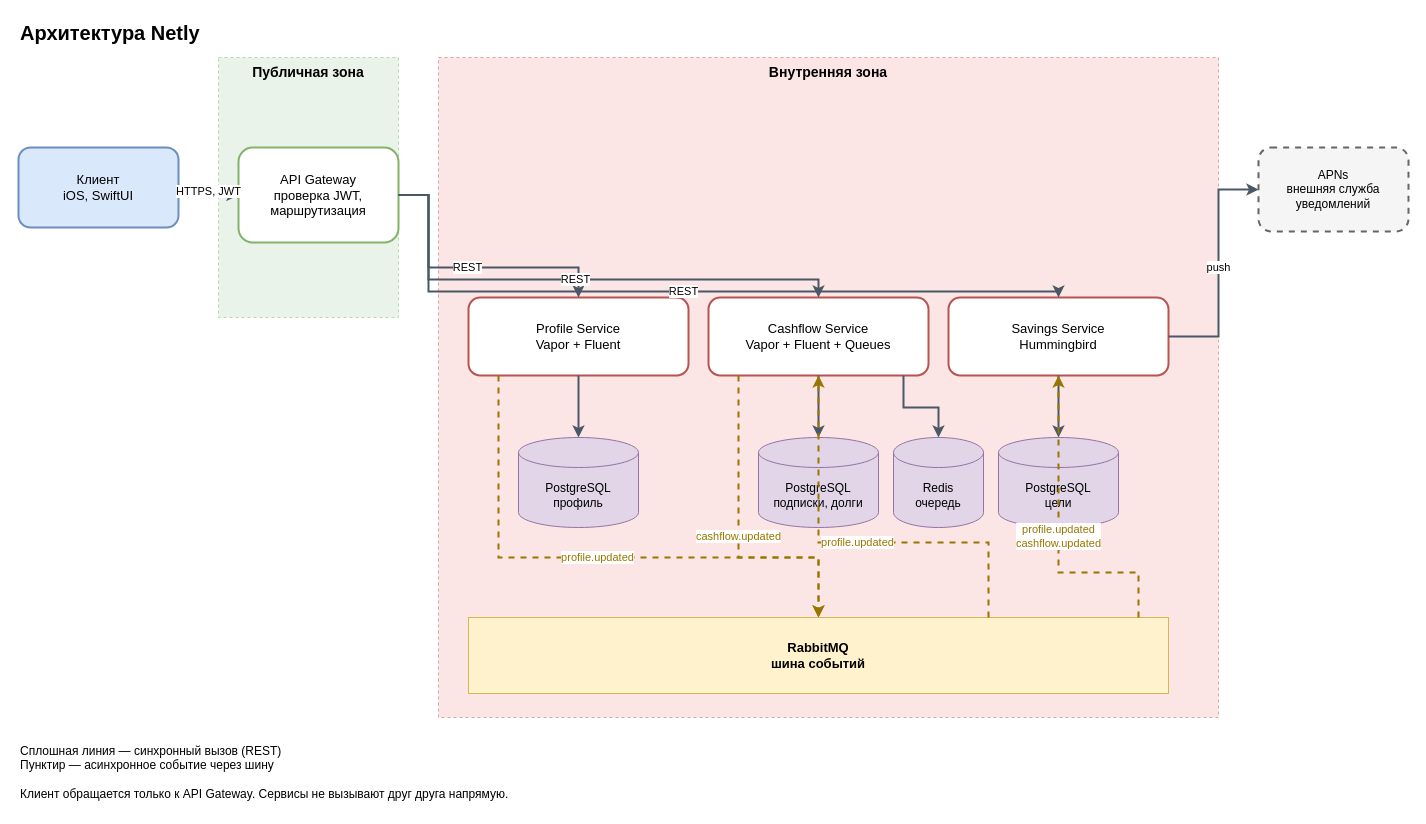
albtugel/Netly keeps this draw.io diagram as docs/architecture.drawio. Above is the earlier version. Source tidied: cells renumbered, new cells numbered last; positions are measured from the earlier drawing's top-left corner, leaving out a move shared by most shapes. Both pictures are drawn from the tidied source at 100%, with x=0, y=0 at pixel (18, 17).
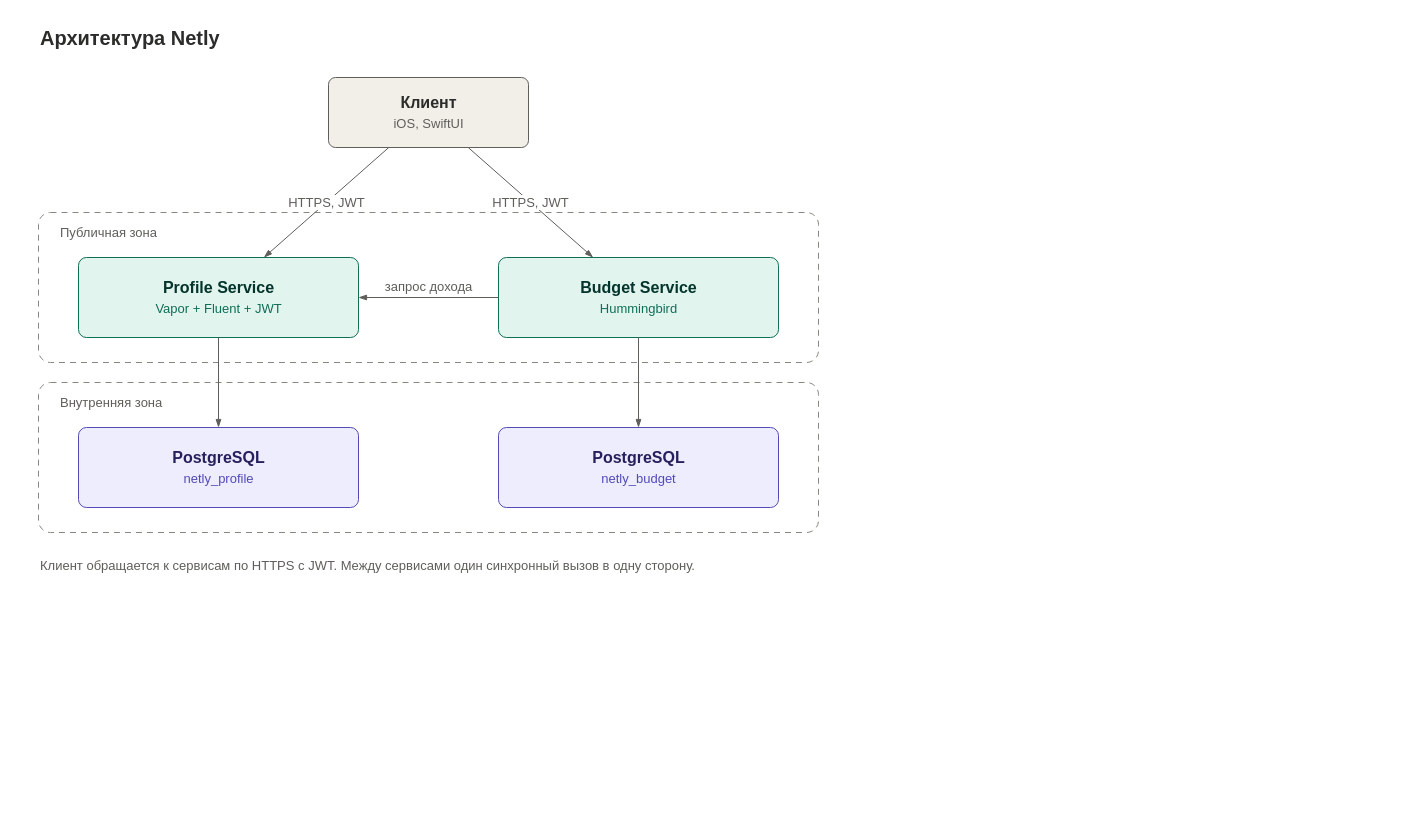
After the change.

Change to the diagram source:
```diff
@@
+    <mxCell id="29" value="Архитектура Netly" style="text;html=1;fontSize=20;fontStyle=1;fontColor=#2C2C2A;align=left;verticalAlign=middle;" parent="1" vertex="1">
+      <mxGeometry x="20" y="5" width="300" height="30" as="geometry" />
+    </mxCell>
-    <mxCell id="2" value="Публичная зона" style="rounded=0;whiteSpace=wrap;html=1;dashed=1;verticalAlign=top;fontSize=14;fontStyle=1;opacity=50;fillColor=#d5e8d4;strokeColor=#82b366;" parent="1" vertex="1">
-      <mxGeometry x="200" y="40" width="180" height="260" as="geometry" />
+    <mxCell id="2" value="Публичная зона" style="rounded=1;arcSize=8;html=1;dashed=1;dashPattern=6 5;fillColor=none;strokeColor=#888780;verticalAlign=top;align=left;spacingLeft=20;spacingTop=6;fontSize=13;fontColor=#5F5E5A;" parent="1" vertex="1">
+      <mxGeometry x="20" y="195" width="780" height="150" as="geometry" />
     </mxCell>
-    <mxCell id="3" value="Внутренняя зона" style="rounded=0;whiteSpace=wrap;html=1;dashed=1;verticalAlign=top;fontSize=14;fontStyle=1;opacity=50;fillColor=#f8cecc;strokeColor=#b85450;" parent="1" vertex="1">
-      <mxGeometry x="420" y="40" width="780" height="660" as="geometry" />
+    <mxCell id="3" value="Внутренняя зона" style="rounded=1;arcSize=8;html=1;dashed=1;dashPattern=6 5;fillColor=none;strokeColor=#888780;verticalAlign=top;align=left;spacingLeft=20;spacingTop=6;fontSize=13;fontColor=#5F5E5A;" parent="1" vertex="1">
+      <mxGeometry x="20" y="365" width="780" height="150" as="geometry" />
     </mxCell>
-    <mxCell id="4" value="Клиент&#10;iOS, SwiftUI" style="rounded=1;whiteSpace=wrap;html=1;fillColor=#ffffff;strokeWidth=2;fontSize=13;fillColor=#dae8fc;strokeColor=#6c8ebf;" parent="1" vertex="1">
-      <mxGeometry y="130" width="160" height="80" as="geometry" />
+    <mxCell id="4" value="&lt;b&gt;Клиент&lt;/b&gt;&lt;br/&gt;&lt;font style=&quot;font-size:13px;color:#5F5E5A&quot;&gt;iOS, SwiftUI&lt;/font&gt;" style="rounded=1;arcSize=10;html=1;fillColor=#F1EFE8;strokeColor=#5F5E5A;fontSize=16;fontColor=#2C2C2A;verticalAlign=middle;" parent="1" vertex="1">
+      <mxGeometry x="310" y="60" width="200" height="70" as="geometry" />
     </mxCell>
-    <mxCell id="5" value="API Gateway&#10;проверка JWT, маршрутизация" style="rounded=1;whiteSpace=wrap;html=1;fillColor=#ffffff;strokeWidth=2;fontSize=13;strokeColor=#82b366;" parent="1" vertex="1">
-      <mxGeometry x="220" y="130" width="160" height="95" as="geometry" />
-    </mxCell>
-    <mxCell id="6" value="Profile Service&#10;Vapor + Fluent" style="rounded=1;whiteSpace=wrap;html=1;fillColor=#ffffff;strokeWidth=2;fontSize=13;strokeColor=#b85450;" parent="1" vertex="1">
-      <mxGeometry x="450" y="280" width="220" height="78" as="geometry" />
-    </mxCell>
-    <mxCell id="7" value="Cashflow Service&#10;Vapor + Fluent + Queues" style="rounded=1;whiteSpace=wrap;html=1;fillColor=#ffffff;strokeWidth=2;fontSize=13;strokeColor=#b85450;" parent="1" vertex="1">
-      <mxGeometry x="690" y="280" width="220" height="78" as="geometry" />
-    </mxCell>
-    <mxCell id="8" value="Savings Service&#10;Hummingbird" style="rounded=1;whiteSpace=wrap;html=1;fillColor=#ffffff;strokeWidth=2;fontSize=13;strokeColor=#b85450;" parent="1" vertex="1">
-      <mxGeometry x="930" y="280" width="220" height="78" as="geometry" />
-    </mxCell>
-    <mxCell id="9" value="PostgreSQL&#10;профиль" style="shape=cylinder3;whiteSpace=wrap;html=1;boundedLbl=1;backgroundOutline=1;size=15;fillColor=#e1d5e7;strokeColor=#9673a6;fontSize=12;" parent="1" vertex="1">
-      <mxGeometry x="500" y="420" width="120" height="90" as="geometry" />
-    </mxCell>
-    <mxCell id="10" value="PostgreSQL&#10;подписки, долги" style="shape=cylinder3;whiteSpace=wrap;html=1;boundedLbl=1;backgroundOutline=1;size=15;fillColor=#e1d5e7;strokeColor=#9673a6;fontSize=12;" parent="1" vertex="1">
-      <mxGeometry x="740" y="420" width="120" height="90" as="geometry" />
-    </mxCell>
-    <mxCell id="11" value="Redis&#10;очередь" style="shape=cylinder3;whiteSpace=wrap;html=1;boundedLbl=1;backgroundOutline=1;size=15;fillColor=#e1d5e7;strokeColor=#9673a6;fontSize=12;" parent="1" vertex="1">
-      <mxGeometry x="875" y="420" width="90" height="90" as="geometry" />
-    </mxCell>
-    <mxCell id="12" value="PostgreSQL&#10;цели" style="shape=cylinder3;whiteSpace=wrap;html=1;boundedLbl=1;backgroundOutline=1;size=15;fillColor=#e1d5e7;strokeColor=#9673a6;fontSize=12;" parent="1" vertex="1">
-      <mxGeometry x="980" y="420" width="120" height="90" as="geometry" />
-    </mxCell>
-    <mxCell id="13" value="RabbitMQ&#10;шина событий" style="rounded=0;whiteSpace=wrap;html=1;fillColor=#fff2cc;strokeColor=#d6b656;fontSize=13;fontStyle=1;" parent="1" vertex="1">
-      <mxGeometry x="450" y="600" width="700" height="76" as="geometry" />
-    </mxCell>
-    <mxCell id="14" value="APNs&#10;внешняя служба уведомлений" style="rounded=1;whiteSpace=wrap;html=1;fillColor=#ffffff;strokeWidth=2;fontSize=13;fillColor=#f5f5f5;strokeColor=#666666;dashed=1;fontSize=12;" parent="1" vertex="1">
-      <mxGeometry x="1240" y="130" width="150" height="84" as="geometry" />
-    </mxCell>
+    <mxCell id="30" value="&lt;b&gt;Profile Service&lt;/b&gt;&lt;br/&gt;&lt;font style=&quot;font-size:13px;color:#0F6E56&quot;&gt;Vapor + Fluent + JWT&lt;/font&gt;" style="rounded=1;arcSize=10;html=1;fillColor=#E1F5EE;strokeColor=#0F6E56;fontSize=16;fontColor=#04342C;verticalAlign=middle;" parent="1" vertex="1">
+      <mxGeometry x="60" y="240" width="280" height="80" as="geometry" />
+    </mxCell>
+    <mxCell id="31" value="&lt;b&gt;Budget Service&lt;/b&gt;&lt;br/&gt;&lt;font style=&quot;font-size:13px;color:#0F6E56&quot;&gt;Hummingbird&lt;/font&gt;" style="rounded=1;arcSize=10;html=1;fillColor=#E1F5EE;strokeColor=#0F6E56;fontSize=16;fontColor=#04342C;verticalAlign=middle;" parent="1" vertex="1">
+      <mxGeometry x="480" y="240" width="280" height="80" as="geometry" />
+    </mxCell>
+    <mxCell id="32" value="&lt;b&gt;PostgreSQL&lt;/b&gt;&lt;br/&gt;&lt;font style=&quot;font-size:13px;color:#534AB7&quot;&gt;netly_profile&lt;/font&gt;" style="rounded=1;arcSize=10;html=1;fillColor=#EEEDFE;strokeColor=#534AB7;fontSize=16;fontColor=#26215C;verticalAlign=middle;" parent="1" vertex="1">
+      <mxGeometry x="60" y="410" width="280" height="80" as="geometry" />
+    </mxCell>
+    <mxCell id="33" value="&lt;b&gt;PostgreSQL&lt;/b&gt;&lt;br/&gt;&lt;font style=&quot;font-size:13px;color:#534AB7&quot;&gt;netly_budget&lt;/font&gt;" style="rounded=1;arcSize=10;html=1;fillColor=#EEEDFE;strokeColor=#534AB7;fontSize=16;fontColor=#26215C;verticalAlign=middle;" parent="1" vertex="1">
+      <mxGeometry x="480" y="410" width="280" height="80" as="geometry" />
+    </mxCell>
-    <mxCell id="15" value="HTTPS, JWT" style="edgeStyle=orthogonalEdgeStyle;rounded=0;html=1;fontSize=11;strokeWidth=2;strokeColor=#4a5866;" parent="1" edge="1" source="4" target="5">
+    <mxCell id="15" value="HTTPS, JWT" style="edgeStyle=none;html=1;strokeColor=#5F5E5A;fontSize=13;fontColor=#5F5E5A;endArrow=blockThin;endFill=1;" parent="1" edge="1" source="4" target="30">
       <mxGeometry relative="1" as="geometry" />
     </mxCell>
-    <mxCell id="16" value="REST" style="edgeStyle=orthogonalEdgeStyle;rounded=0;html=1;fontSize=11;strokeWidth=2;strokeColor=#4a5866;" parent="1" edge="1" source="5" target="6">
-      <mxGeometry relative="1" as="geometry">
-        <Array as="points">
-          <mxPoint x="410" y="177" />
-          <mxPoint x="410" y="250" />
-          <mxPoint x="560" y="250" />
-        </Array>
-      </mxGeometry>
+    <mxCell id="16" value="HTTPS, JWT" style="edgeStyle=none;html=1;strokeColor=#5F5E5A;fontSize=13;fontColor=#5F5E5A;endArrow=blockThin;endFill=1;" parent="1" edge="1" source="4" target="31">
+      <mxGeometry relative="1" as="geometry" />
     </mxCell>
-    <mxCell id="17" value="REST" style="edgeStyle=orthogonalEdgeStyle;rounded=0;html=1;fontSize=11;strokeWidth=2;strokeColor=#4a5866;" parent="1" edge="1" source="5" target="7">
-      <mxGeometry relative="1" as="geometry">
-        <Array as="points">
-          <mxPoint x="410" y="177" />
-          <mxPoint x="410" y="262" />
-          <mxPoint x="800" y="262" />
-        </Array>
-      </mxGeometry>
+    <mxCell id="17" value="запрос дохода" style="edgeStyle=none;html=1;strokeColor=#5F5E5A;fontSize=13;fontColor=#5F5E5A;endArrow=blockThin;endFill=1;verticalAlign=bottom;" parent="1" edge="1" source="31" target="30">
+      <mxGeometry relative="1" as="geometry" />
     </mxCell>
-    <mxCell id="18" value="REST" style="edgeStyle=orthogonalEdgeStyle;rounded=0;html=1;fontSize=11;strokeWidth=2;strokeColor=#4a5866;" parent="1" edge="1" source="5" target="8">
-      <mxGeometry relative="1" as="geometry">
-        <Array as="points">
-          <mxPoint x="410" y="177" />
-          <mxPoint x="410" y="274" />
-          <mxPoint x="1040" y="274" />
-        </Array>
-      </mxGeometry>
+    <mxCell id="18" style="edgeStyle=none;html=1;strokeColor=#5F5E5A;endArrow=blockThin;endFill=1;" parent="1" edge="1" source="30" target="32">
+      <mxGeometry relative="1" as="geometry" />
     </mxCell>
-    <mxCell id="19" style="edgeStyle=orthogonalEdgeStyle;rounded=0;html=1;fontSize=11;strokeWidth=2;strokeColor=#4a5866;" parent="1" edge="1" source="6" target="9">
+    <mxCell id="19" style="edgeStyle=none;html=1;strokeColor=#5F5E5A;endArrow=blockThin;endFill=1;" parent="1" edge="1" source="31" target="33">
       <mxGeometry relative="1" as="geometry" />
     </mxCell>
-    <mxCell id="20" style="edgeStyle=orthogonalEdgeStyle;rounded=0;html=1;fontSize=11;strokeWidth=2;strokeColor=#4a5866;" parent="1" edge="1" source="7" target="10">
-      <mxGeometry relative="1" as="geometry" />
-    </mxCell>
-    <mxCell id="21" style="edgeStyle=orthogonalEdgeStyle;rounded=0;html=1;fontSize=11;strokeWidth=2;strokeColor=#4a5866;" parent="1" edge="1" source="8" target="12">
-      <mxGeometry relative="1" as="geometry" />
-    </mxCell>
-    <mxCell id="22" style="edgeStyle=orthogonalEdgeStyle;rounded=0;html=1;fontSize=11;strokeWidth=2;strokeColor=#4a5866;" parent="1" edge="1" source="7" target="11">
-      <mxGeometry relative="1" as="geometry">
-        <Array as="points">
-          <mxPoint x="885" y="390" />
-          <mxPoint x="920" y="390" />
-        </Array>
-      </mxGeometry>
-    </mxCell>
-    <mxCell id="23" value="push" style="edgeStyle=orthogonalEdgeStyle;rounded=0;html=1;fontSize=11;strokeWidth=2;strokeColor=#4a5866;" parent="1" edge="1" source="8" target="14">
-      <mxGeometry relative="1" as="geometry">
-        <Array as="points">
-          <mxPoint x="1200" y="319" />
-          <mxPoint x="1200" y="172" />
-        </Array>
-      </mxGeometry>
-    </mxCell>
-    <mxCell id="24" value="profile.updated" style="edgeStyle=orthogonalEdgeStyle;rounded=0;html=1;fontSize=11;strokeWidth=2;dashed=1;strokeColor=#9a7500;fontColor=#9a7500;" parent="1" edge="1" source="6" target="13">
-      <mxGeometry relative="1" as="geometry">
-        <Array as="points">
-          <mxPoint x="480" y="540" />
-        </Array>
-      </mxGeometry>
-    </mxCell>
-    <mxCell id="25" value="cashflow.updated" style="edgeStyle=orthogonalEdgeStyle;rounded=0;html=1;fontSize=11;strokeWidth=2;dashed=1;strokeColor=#9a7500;fontColor=#9a7500;" parent="1" edge="1" source="7" target="13">
-      <mxGeometry relative="1" as="geometry">
-        <Array as="points">
-          <mxPoint x="720" y="540" />
-        </Array>
-      </mxGeometry>
-    </mxCell>
-    <mxCell id="26" value="profile.updated" style="edgeStyle=orthogonalEdgeStyle;rounded=0;html=1;fontSize=11;strokeWidth=2;dashed=1;strokeColor=#9a7500;fontColor=#9a7500;" parent="1" edge="1" source="13" target="7">
-      <mxGeometry relative="1" as="geometry">
-        <Array as="points">
-          <mxPoint x="970" y="525" />
-          <mxPoint x="800" y="525" />
-        </Array>
-      </mxGeometry>
-    </mxCell>
-    <mxCell id="27" value="profile.updated&#10;cashflow.updated" style="edgeStyle=orthogonalEdgeStyle;rounded=0;html=1;fontSize=11;strokeWidth=2;dashed=1;strokeColor=#9a7500;fontColor=#9a7500;" parent="1" edge="1" source="13" target="8">
-      <mxGeometry relative="1" as="geometry">
-        <Array as="points">
-          <mxPoint x="1120" y="555" />
-          <mxPoint x="1040" y="555" />
-        </Array>
-      </mxGeometry>
-    </mxCell>
-    <mxCell id="28" value="Сплошная линия — синхронный вызов (REST)&#10;Пунктир — асинхронное событие через шину&#10;&#10;Клиент обращается только к API Gateway. Сервисы не вызывают друг друга напрямую." style="text;html=1;whiteSpace=wrap;align=left;verticalAlign=top;fontSize=12;" parent="1" vertex="1">
-      <mxGeometry y="720" width="560" height="70" as="geometry" />
-    </mxCell>
-    <mxCell id="29" value="Архитектура Netly" style="text;html=1;align=left;verticalAlign=middle;fontSize=20;fontStyle=1;" parent="1" vertex="1">
-      <mxGeometry width="300" height="30" as="geometry" />
-    </mxCell>
+    <mxCell id="34" value="Клиент обращается к сервисам по HTTPS с JWT. Между сервисами один синхронный вызов в одну сторону." style="text;html=1;fontSize=13;fontColor=#5F5E5A;align=left;verticalAlign=middle;" parent="1" vertex="1">
+      <mxGeometry x="20" y="535" width="780" height="25" as="geometry" />
+    </mxCell>
```
